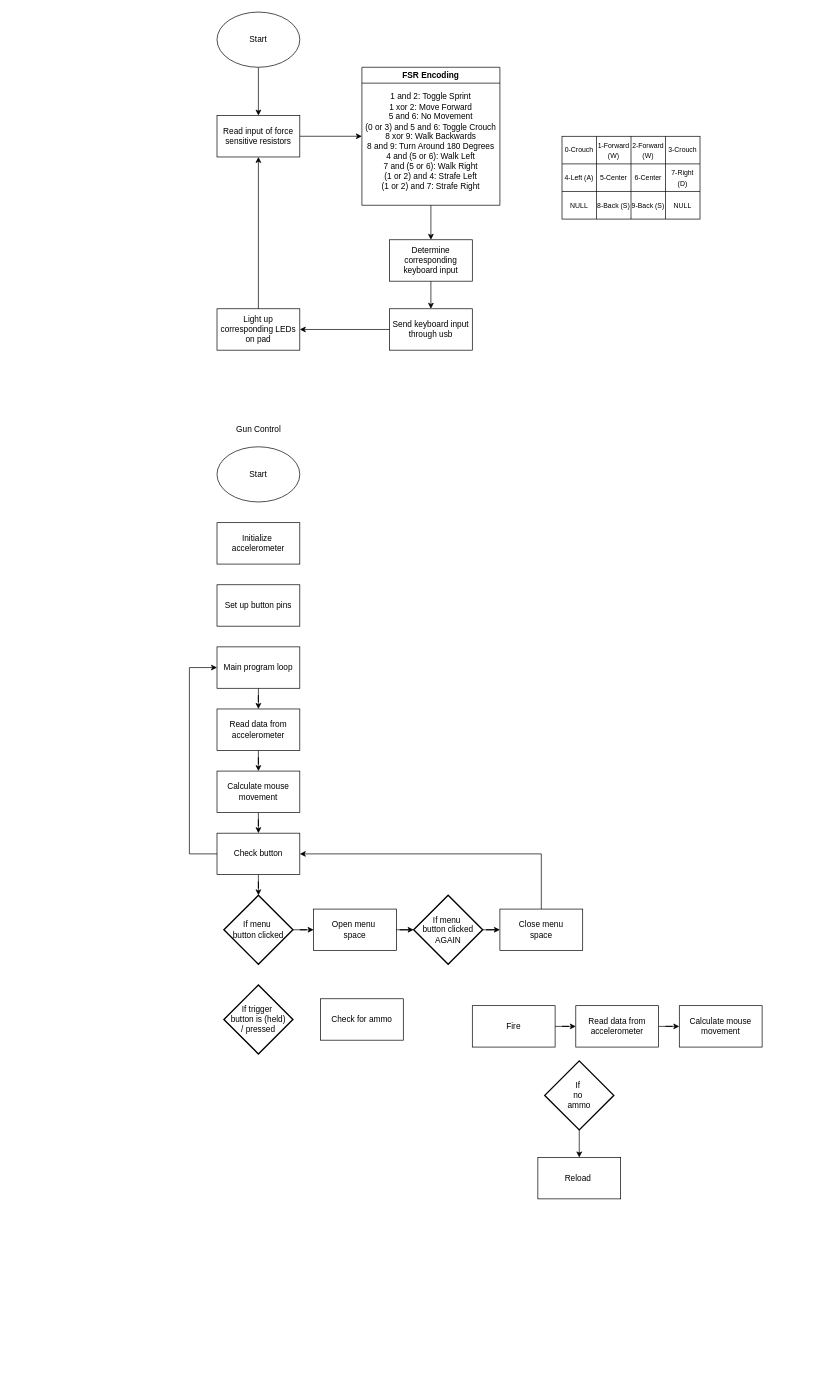
Earlier version of the draw.io diagram gamedev.drawio (nfox18212/gunproject). Source tidied: cells renumbered, new cells numbered last; positions are measured from the earlier drawing's top-left corner, leaving out a move shared by most shapes. Both pictures are drawn from the tidied source at 69%, with x=0, y=0 at pixel (189, 12).
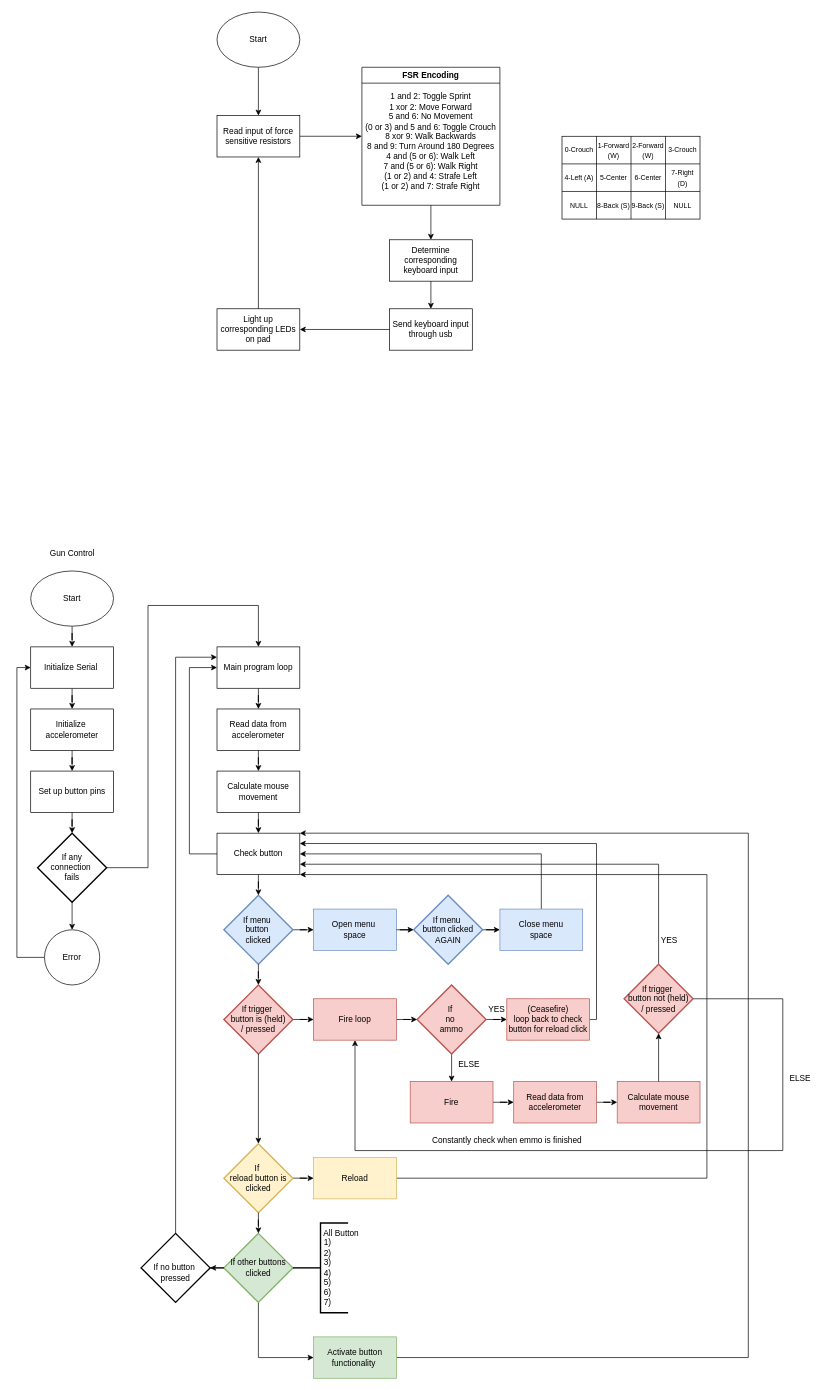
After the change.

Unchanged cells that the change refers to:
```xml
<mxCell id="38" value="Main program loop" style="rounded=0;whiteSpace=wrap;html=1;" parent="1" vertex="1">
  <mxGeometry x="40" y="920" width="120" height="60" as="geometry" />
</mxCell>
<mxCell id="44" value="Check button" style="rounded=0;whiteSpace=wrap;html=1;" parent="1" vertex="1">
  <mxGeometry x="40" y="1190" width="120" height="60" as="geometry" />
</mxCell>
```

What changed in the source:
```diff
@@
+    <mxCell id="64" style="edgeStyle=orthogonalEdgeStyle;rounded=0;jettySize=auto;html=1;entryX=0.5;entryY=0;entryDx=0;entryDy=0;" parent="1" edge="1" source="33" target="97">
+      <mxGeometry relative="1" as="geometry" />
+    </mxCell>
     <mxCell id="33" value="Start" style="ellipse;whiteSpace=wrap;html=1;" parent="1" vertex="1">
-      <mxGeometry x="40" y="630" width="120" height="80" as="geometry" />
+      <mxGeometry x="-230" y="810" width="120" height="80" as="geometry" />
     </mxCell>
+    <mxCell id="65" style="edgeStyle=orthogonalEdgeStyle;rounded=0;jettySize=auto;html=1;entryX=0.5;entryY=0;entryDx=0;entryDy=0;" parent="1" edge="1" source="34" target="36">
+      <mxGeometry relative="1" as="geometry" />
+    </mxCell>
     <mxCell id="34" value="Initialize&amp;nbsp;&lt;div&gt;accelerometer&lt;/div&gt;" style="rounded=0;whiteSpace=wrap;html=1;" parent="1" vertex="1">
-      <mxGeometry x="40" y="740" width="120" height="60" as="geometry" />
+      <mxGeometry x="-230" y="1010" width="120" height="60" as="geometry" />
     </mxCell>
     <mxCell id="35" value="Gun Control" style="text;html=1;align=center;verticalAlign=middle;strokeColor=none;fillColor=none;" parent="1" vertex="1">
-      <mxGeometry x="55" y="590" width="90" height="30" as="geometry" />
+      <mxGeometry x="-215" y="770" width="90" height="30" as="geometry" />
     </mxCell>
     <mxCell id="36" value="Set up&amp;nbsp;&lt;span style=&quot;background-color: initial;&quot;&gt;button pins&lt;/span&gt;" style="rounded=0;whiteSpace=wrap;html=1;" parent="1" vertex="1">
-      <mxGeometry x="40" y="830" width="120" height="60" as="geometry" />
+      <mxGeometry x="-230" y="1100" width="120" height="60" as="geometry" />
     </mxCell>
@@
+    <mxCell id="66" style="edgeStyle=orthogonalEdgeStyle;rounded=0;jettySize=auto;html=1;entryX=0;entryY=0.5;entryDx=0;entryDy=0;" parent="1" edge="1" source="45" target="63">
+      <mxGeometry relative="1" as="geometry" />
+    </mxCell>
-    <mxCell id="45" value="If trigger&amp;nbsp;&lt;div&gt;button is (held)&lt;/div&gt;&lt;div&gt;&lt;span style=&quot;background-color: initial;&quot;&gt;/ pressed&lt;/span&gt;&lt;/div&gt;" style="strokeWidth=2;html=1;shape=mxgraph.flowchart.decision;whiteSpace=wrap;" parent="1" vertex="1">
+    <mxCell id="45" value="If trigger&amp;nbsp;&lt;div&gt;button is (held)&lt;/div&gt;&lt;div&gt;&lt;span style=&quot;background-color: initial;&quot;&gt;/ pressed&lt;/span&gt;&lt;/div&gt;" style="strokeWidth=2;html=1;shape=mxgraph.flowchart.decision;whiteSpace=wrap;fillColor=#f8cecc;strokeColor=#b85450;" parent="1" vertex="1">
       <mxGeometry x="50" y="1410" width="100" height="100" as="geometry" />
     </mxCell>
@@
-    <mxCell id="47" value="Fire" style="rounded=0;whiteSpace=wrap;html=1;" parent="1" vertex="1">
-      <mxGeometry x="410" y="1440" width="120" height="60" as="geometry" />
+    <mxCell id="47" value="Fire" style="rounded=0;whiteSpace=wrap;html=1;fillColor=#f8cecc;strokeColor=#b85450;" parent="1" vertex="1">
+      <mxGeometry x="320" y="1550" width="120" height="60" as="geometry" />
     </mxCell>
@@
-    <mxCell id="49" value="If menu&amp;nbsp;&lt;div&gt;button&amp;nbsp;&lt;span style=&quot;background-color: initial;&quot;&gt;clicked&lt;/span&gt;&lt;/div&gt;" style="strokeWidth=2;html=1;shape=mxgraph.flowchart.decision;whiteSpace=wrap;" parent="1" vertex="1">
+    <mxCell id="49" value="If menu&amp;nbsp;&lt;div&gt;button&amp;nbsp;&lt;/div&gt;&lt;div&gt;&lt;span style=&quot;background-color: initial;&quot;&gt;clicked&lt;/span&gt;&lt;/div&gt;" style="strokeWidth=2;html=1;shape=mxgraph.flowchart.decision;whiteSpace=wrap;fillColor=#dae8fc;strokeColor=#6c8ebf;" parent="1" vertex="1">
       <mxGeometry x="50" y="1280" width="100" height="100" as="geometry" />
     </mxCell>
-    <mxCell id="50" value="Open menu&amp;nbsp;&lt;div&gt;space&lt;/div&gt;" style="rounded=0;whiteSpace=wrap;html=1;" parent="1" vertex="1">
+    <mxCell id="50" value="Open menu&amp;nbsp;&lt;div&gt;space&lt;/div&gt;" style="rounded=0;whiteSpace=wrap;html=1;fillColor=#dae8fc;strokeColor=#6c8ebf;" parent="1" vertex="1">
       <mxGeometry x="180" y="1300" width="120" height="60" as="geometry" />
     </mxCell>
@@
-    <mxCell id="52" value="If menu&amp;nbsp;&lt;div&gt;button&amp;nbsp;&lt;span style=&quot;background-color: initial;&quot;&gt;clicked&lt;/span&gt;&lt;/div&gt;&lt;div&gt;AGAIN&lt;/div&gt;" style="strokeWidth=2;html=1;shape=mxgraph.flowchart.decision;whiteSpace=wrap;" parent="1" vertex="1">
+    <mxCell id="52" value="If menu&amp;nbsp;&lt;div&gt;button&amp;nbsp;&lt;span style=&quot;background-color: initial;&quot;&gt;clicked&lt;/span&gt;&lt;/div&gt;&lt;div&gt;AGAIN&lt;/div&gt;" style="strokeWidth=2;html=1;shape=mxgraph.flowchart.decision;whiteSpace=wrap;fillColor=#dae8fc;strokeColor=#6c8ebf;" parent="1" vertex="1">
       <mxGeometry x="325" y="1280" width="100" height="100" as="geometry" />
     </mxCell>
@@
-    <mxCell id="54" value="Close menu&lt;div&gt;space&lt;/div&gt;" style="rounded=0;whiteSpace=wrap;html=1;" parent="1" vertex="1">
+    <mxCell id="54" value="Close menu&lt;div&gt;space&lt;/div&gt;" style="rounded=0;whiteSpace=wrap;html=1;fillColor=#dae8fc;strokeColor=#6c8ebf;" parent="1" vertex="1">
       <mxGeometry x="450" y="1300" width="120" height="60" as="geometry" />
     </mxCell>
@@
-    <mxCell id="58" value="Read&amp;nbsp;&lt;span style=&quot;background-color: initial;&quot;&gt;data from accelerometer&lt;/span&gt;" style="rounded=0;whiteSpace=wrap;html=1;" parent="1" vertex="1">
-      <mxGeometry x="560" y="1440" width="120" height="60" as="geometry" />
+    <mxCell id="58" value="Read&amp;nbsp;&lt;span style=&quot;background-color: initial;&quot;&gt;data from accelerometer&lt;/span&gt;" style="rounded=0;whiteSpace=wrap;html=1;fillColor=#f8cecc;strokeColor=#b85450;" parent="1" vertex="1">
+      <mxGeometry x="470" y="1550" width="120" height="60" as="geometry" />
     </mxCell>
-    <mxCell id="59" value="Calculate mouse movement" style="rounded=0;whiteSpace=wrap;html=1;" parent="1" vertex="1">
-      <mxGeometry x="710" y="1440" width="120" height="60" as="geometry" />
+    <mxCell id="59" value="Calculate mouse movement" style="rounded=0;whiteSpace=wrap;html=1;fillColor=#f8cecc;strokeColor=#b85450;" parent="1" vertex="1">
+      <mxGeometry x="620" y="1550" width="120" height="60" as="geometry" />
     </mxCell>
-    <mxCell id="60" style="edgeStyle=orthogonalEdgeStyle;rounded=0;jettySize=auto;html=1;entryX=0.5;entryY=0;entryDx=0;entryDy=0;" parent="1" edge="1" source="61" target="62">
-      <mxGeometry relative="1" as="geometry" />
-    </mxCell>
+    <mxCell id="67" style="edgeStyle=orthogonalEdgeStyle;rounded=0;jettySize=auto;html=1;entryX=0.5;entryY=0;entryDx=0;entryDy=0;" parent="1" edge="1" source="61" target="47">
+      <mxGeometry relative="1" as="geometry" />
+    </mxCell>
+    <mxCell id="68" style="edgeStyle=orthogonalEdgeStyle;rounded=0;jettySize=auto;html=1;entryX=0;entryY=0.5;entryDx=0;entryDy=0;" parent="1" edge="1" source="61" target="80">
+      <mxGeometry relative="1" as="geometry" />
+    </mxCell>
-    <mxCell id="61" value="If&amp;nbsp;&lt;div&gt;no&amp;nbsp;&lt;/div&gt;&lt;div&gt;ammo&lt;/div&gt;" style="strokeWidth=2;html=1;shape=mxgraph.flowchart.decision;whiteSpace=wrap;" parent="1" vertex="1">
-      <mxGeometry x="515" y="1520" width="100" height="100" as="geometry" />
+    <mxCell id="61" value="If&amp;nbsp;&lt;div&gt;no&amp;nbsp;&lt;/div&gt;&lt;div&gt;ammo&lt;/div&gt;" style="strokeWidth=2;html=1;shape=mxgraph.flowchart.decision;whiteSpace=wrap;fillColor=#f8cecc;strokeColor=#b85450;" parent="1" vertex="1">
+      <mxGeometry x="330" y="1410" width="100" height="100" as="geometry" />
     </mxCell>
+    <mxCell id="69" style="edgeStyle=orthogonalEdgeStyle;rounded=0;jettySize=auto;html=1;" parent="1" edge="1" source="63" target="61">
+      <mxGeometry relative="1" as="geometry" />
+    </mxCell>
+    <mxCell id="63" value="Fire loop" style="rounded=0;whiteSpace=wrap;html=1;fillColor=#f8cecc;strokeColor=#b85450;" parent="1" vertex="1">
+      <mxGeometry x="180" y="1430" width="120" height="60" as="geometry" />
+    </mxCell>
+    <mxCell id="70" style="edgeStyle=orthogonalEdgeStyle;rounded=0;jettySize=auto;html=1;entryX=0;entryY=0.5;entryDx=0;entryDy=0;" parent="1" edge="1" source="71" target="62">
+      <mxGeometry relative="1" as="geometry" />
+    </mxCell>
+    <mxCell id="71" value="If&amp;nbsp;&lt;div&gt;reload button is clicked&lt;/div&gt;" style="strokeWidth=2;html=1;shape=mxgraph.flowchart.decision;whiteSpace=wrap;fillColor=#fff2cc;strokeColor=#d6b656;" parent="1" vertex="1">
+      <mxGeometry x="50" y="1640" width="100" height="100" as="geometry" />
+    </mxCell>
+    <mxCell id="72" style="edgeStyle=orthogonalEdgeStyle;rounded=0;jettySize=auto;html=1;entryX=1;entryY=0.75;entryDx=0;entryDy=0;" parent="1" edge="1" source="74" target="44">
+      <mxGeometry relative="1" as="geometry">
+        <Array as="points">
+          <mxPoint x="680" y="1235" />
+        </Array>
+      </mxGeometry>
+    </mxCell>
+    <mxCell id="73" style="edgeStyle=orthogonalEdgeStyle;rounded=0;jettySize=auto;html=1;entryX=0.5;entryY=1;entryDx=0;entryDy=0;" parent="1" edge="1" source="74" target="63">
+      <mxGeometry relative="1" as="geometry">
+        <Array as="points">
+          <mxPoint x="860" y="1430" />
+          <mxPoint x="860" y="1650" />
+          <mxPoint x="240" y="1650" />
+        </Array>
+      </mxGeometry>
+    </mxCell>
+    <mxCell id="74" value="If trigger&amp;nbsp;&lt;div&gt;button not (held)&lt;/div&gt;&lt;div&gt;&lt;span style=&quot;background-color: initial;&quot;&gt;/ pressed&lt;/span&gt;&lt;/div&gt;" style="strokeWidth=2;html=1;shape=mxgraph.flowchart.decision;whiteSpace=wrap;fillColor=#f8cecc;strokeColor=#b85450;" parent="1" vertex="1">
+      <mxGeometry x="630" y="1380" width="100" height="100" as="geometry" />
+    </mxCell>
+    <mxCell id="75" style="edgeStyle=orthogonalEdgeStyle;rounded=0;jettySize=auto;html=1;entryX=1;entryY=1;entryDx=0;entryDy=0;" parent="1" edge="1" source="62" target="44">
+      <mxGeometry relative="1" as="geometry">
+        <Array as="points">
+          <mxPoint x="750" y="1690" />
+          <mxPoint x="750" y="1250" />
+        </Array>
+      </mxGeometry>
+    </mxCell>
-    <mxCell id="62" value="Reload&amp;nbsp;" style="rounded=0;whiteSpace=wrap;html=1;" parent="1" vertex="1">
-      <mxGeometry x="505" y="1660" width="120" height="60" as="geometry" />
+    <mxCell id="62" value="Reload" style="rounded=0;whiteSpace=wrap;html=1;fillColor=#fff2cc;strokeColor=#d6b656;" parent="1" vertex="1">
+      <mxGeometry x="180" y="1660" width="120" height="60" as="geometry" />
     </mxCell>
-    <mxCell id="63" value="Check for ammo" style="rounded=0;whiteSpace=wrap;html=1;" parent="1" vertex="1">
-      <mxGeometry x="190" y="1430" width="120" height="60" as="geometry" />
-    </mxCell>
+    <mxCell id="76" value="ELSE" style="text;html=1;align=center;verticalAlign=middle;strokeColor=none;fillColor=none;" parent="1" vertex="1">
+      <mxGeometry x="380" y="1510" width="50" height="30" as="geometry" />
+    </mxCell>
+    <mxCell id="77" style="edgeStyle=orthogonalEdgeStyle;rounded=0;jettySize=auto;html=1;entryX=0;entryY=0.5;entryDx=0;entryDy=0;" parent="1" edge="1" source="78" target="86">
+      <mxGeometry relative="1" as="geometry">
+        <Array as="points">
+          <mxPoint x="100" y="1950" />
+        </Array>
+      </mxGeometry>
+    </mxCell>
+    <mxCell id="78" value="If other buttons&lt;div&gt;clicked&lt;/div&gt;" style="strokeWidth=2;html=1;shape=mxgraph.flowchart.decision;whiteSpace=wrap;fillColor=#d5e8d4;strokeColor=#82b366;" parent="1" vertex="1">
+      <mxGeometry x="50" y="1770" width="100" height="100" as="geometry" />
+    </mxCell>
+    <mxCell id="79" style="edgeStyle=orthogonalEdgeStyle;rounded=0;jettySize=auto;html=1;entryX=1;entryY=0.25;entryDx=0;entryDy=0;" parent="1" edge="1" source="80" target="44">
+      <mxGeometry relative="1" as="geometry">
+        <Array as="points">
+          <mxPoint x="590" y="1460" />
+          <mxPoint x="590" y="1205" />
+        </Array>
+      </mxGeometry>
+    </mxCell>
+    <mxCell id="80" value="(Ceasefire)&lt;div&gt;loop back to check button for reload click&lt;/div&gt;" style="rounded=0;whiteSpace=wrap;html=1;fillColor=#f8cecc;strokeColor=#b85450;" parent="1" vertex="1">
+      <mxGeometry x="460" y="1430" width="120" height="60" as="geometry" />
+    </mxCell>
+    <mxCell id="81" style="edgeStyle=orthogonalEdgeStyle;rounded=0;jettySize=auto;html=1;entryX=0.5;entryY=1;entryDx=0;entryDy=0;entryPerimeter=0;" parent="1" edge="1" source="59" target="74">
+      <mxGeometry relative="1" as="geometry" />
+    </mxCell>
+    <mxCell id="82" value="Constantly check when emmo is finished" style="text;html=1;align=center;verticalAlign=middle;strokeColor=none;fillColor=none;" parent="1" vertex="1">
+      <mxGeometry x="340" y="1620" width="240" height="30" as="geometry" />
+    </mxCell>
+    <mxCell id="83" style="strokeWidth=2;html=1;shape=mxgraph.flowchart.annotation_2;align=left;labelPosition=right;" parent="1" vertex="1">
+      <mxGeometry x="150" y="1755" width="80" height="130" as="geometry" />
+    </mxCell>
+    <mxCell id="84" value="&amp;nbsp; &amp;nbsp; &amp;nbsp; &amp;nbsp; &amp;nbsp; &amp;nbsp; All Button&lt;div&gt;&lt;span style=&quot;background-color: initial;&quot;&gt;1)&lt;/span&gt;&lt;div&gt;2)&lt;/div&gt;&lt;div&gt;3)&lt;/div&gt;&lt;div&gt;4)&lt;/div&gt;&lt;div&gt;5)&lt;/div&gt;&lt;div&gt;6)&lt;/div&gt;&lt;div&gt;7)&lt;/div&gt;&lt;/div&gt;" style="text;html=1;align=center;verticalAlign=middle;strokeColor=none;fillColor=none;" parent="1" vertex="1">
+      <mxGeometry x="145" y="1755" width="110" height="130" as="geometry" />
+    </mxCell>
+    <mxCell id="85" style="edgeStyle=orthogonalEdgeStyle;rounded=0;jettySize=auto;html=1;entryX=1;entryY=0;entryDx=0;entryDy=0;" parent="1" edge="1" source="86" target="44">
+      <mxGeometry relative="1" as="geometry">
+        <Array as="points">
+          <mxPoint x="810" y="1950" />
+          <mxPoint x="810" y="1190" />
+        </Array>
+      </mxGeometry>
+    </mxCell>
+    <mxCell id="86" value="Activate button functionality&amp;nbsp;" style="rounded=0;whiteSpace=wrap;html=1;fillColor=#d5e8d4;strokeColor=#82b366;" parent="1" vertex="1">
+      <mxGeometry x="180" y="1920" width="120" height="60" as="geometry" />
+    </mxCell>
+    <mxCell id="87" value="ELSE" style="text;html=1;align=center;verticalAlign=middle;strokeColor=none;fillColor=none;" parent="1" vertex="1">
+      <mxGeometry x="860" y="1530" width="50" height="30" as="geometry" />
+    </mxCell>
+    <mxCell id="88" value="YES" style="text;html=1;align=center;verticalAlign=middle;strokeColor=none;fillColor=none;" parent="1" vertex="1">
+      <mxGeometry x="670" y="1330" width="50" height="30" as="geometry" />
+    </mxCell>
+    <mxCell id="89" value="YES" style="text;html=1;align=center;verticalAlign=middle;strokeColor=none;fillColor=none;" parent="1" vertex="1">
+      <mxGeometry x="420" y="1430" width="50" height="30" as="geometry" />
+    </mxCell>
+    <mxCell id="90" style="edgeStyle=orthogonalEdgeStyle;rounded=0;jettySize=auto;html=1;entryX=0.5;entryY=0;entryDx=0;entryDy=0;entryPerimeter=0;" parent="1" edge="1" source="49" target="45">
+      <mxGeometry relative="1" as="geometry" />
+    </mxCell>
+    <mxCell id="91" style="edgeStyle=orthogonalEdgeStyle;rounded=0;jettySize=auto;html=1;entryX=0.5;entryY=0;entryDx=0;entryDy=0;entryPerimeter=0;" parent="1" edge="1" source="45" target="71">
+      <mxGeometry relative="1" as="geometry" />
+    </mxCell>
+    <mxCell id="92" style="edgeStyle=orthogonalEdgeStyle;rounded=0;jettySize=auto;html=1;entryX=0.5;entryY=0;entryDx=0;entryDy=0;entryPerimeter=0;" parent="1" edge="1" source="71" target="78">
+      <mxGeometry relative="1" as="geometry" />
+    </mxCell>
+    <mxCell id="93" style="edgeStyle=orthogonalEdgeStyle;rounded=0;orthogonalLoop=1;jettySize=auto;html=1;" parent="1" edge="1">
+      <mxGeometry relative="1" as="geometry">
+        <mxPoint x="-20" y="1770" as="sourcePoint" />
+        <mxPoint x="40" y="935" as="targetPoint" />
+        <Array as="points">
+          <mxPoint x="-20" y="935" />
+        </Array>
+      </mxGeometry>
+    </mxCell>
+    <mxCell id="94" value="&lt;br&gt;&lt;div&gt;If&amp;nbsp;&lt;span style=&quot;background-color: initial;&quot;&gt;no&amp;nbsp;&lt;/span&gt;&lt;span style=&quot;background-color: initial;&quot;&gt;button&amp;nbsp;&lt;/span&gt;&lt;/div&gt;&lt;div&gt;pressed&lt;/div&gt;" style="strokeWidth=2;html=1;shape=mxgraph.flowchart.decision;whiteSpace=wrap;" parent="1" vertex="1">
+      <mxGeometry x="-70" y="1770" width="100" height="100" as="geometry" />
+    </mxCell>
+    <mxCell id="95" style="edgeStyle=orthogonalEdgeStyle;rounded=0;jettySize=auto;html=1;entryX=1;entryY=0.5;entryDx=0;entryDy=0;entryPerimeter=0;" parent="1" edge="1" source="78" target="94">
+      <mxGeometry relative="1" as="geometry" />
+    </mxCell>
+    <mxCell id="96" style="edgeStyle=orthogonalEdgeStyle;rounded=0;jettySize=auto;html=1;entryX=0.5;entryY=0;entryDx=0;entryDy=0;" parent="1" edge="1" source="97" target="34">
+      <mxGeometry relative="1" as="geometry" />
+    </mxCell>
+    <mxCell id="97" value="Initialize Serial&amp;nbsp;" style="rounded=0;whiteSpace=wrap;html=1;" parent="1" vertex="1">
+      <mxGeometry x="-230" y="920" width="120" height="60" as="geometry" />
+    </mxCell>
+    <mxCell id="98" style="edgeStyle=orthogonalEdgeStyle;rounded=0;jettySize=auto;html=1;entryX=0.5;entryY=0;entryDx=0;entryDy=0;" parent="1" edge="1" source="100" target="102">
+      <mxGeometry relative="1" as="geometry" />
+    </mxCell>
+    <mxCell id="99" style="edgeStyle=orthogonalEdgeStyle;rounded=0;jettySize=auto;html=1;entryX=0.5;entryY=0;entryDx=0;entryDy=0;" parent="1" edge="1" source="100" target="38">
+      <mxGeometry relative="1" as="geometry">
+        <Array as="points">
+          <mxPoint x="-60" y="1240" />
+          <mxPoint x="-60" y="860" />
+          <mxPoint x="100" y="860" />
+        </Array>
+      </mxGeometry>
+    </mxCell>
+    <mxCell id="100" value="If any&lt;div&gt;connection&amp;nbsp;&lt;/div&gt;&lt;div&gt;fails&lt;/div&gt;" style="strokeWidth=2;html=1;shape=mxgraph.flowchart.decision;whiteSpace=wrap;" parent="1" vertex="1">
+      <mxGeometry x="-220" y="1190" width="100" height="100" as="geometry" />
+    </mxCell>
+    <mxCell id="101" style="edgeStyle=orthogonalEdgeStyle;rounded=0;jettySize=auto;html=1;entryX=0;entryY=0.5;entryDx=0;entryDy=0;" parent="1" edge="1" source="102" target="97">
+      <mxGeometry relative="1" as="geometry">
+        <Array as="points">
+          <mxPoint x="-250" y="1370" />
+          <mxPoint x="-250" y="950" />
+        </Array>
+      </mxGeometry>
+    </mxCell>
+    <mxCell id="102" value="Error" style="ellipse;whiteSpace=wrap;html=1;" parent="1" vertex="1">
+      <mxGeometry x="-210" y="1330" width="80" height="80" as="geometry" />
+    </mxCell>
+    <mxCell id="103" style="edgeStyle=orthogonalEdgeStyle;rounded=0;jettySize=auto;html=1;entryX=0.5;entryY=0;entryDx=0;entryDy=0;entryPerimeter=0;" parent="1" edge="1" source="36" target="100">
+      <mxGeometry relative="1" as="geometry" />
+    </mxCell>
```
